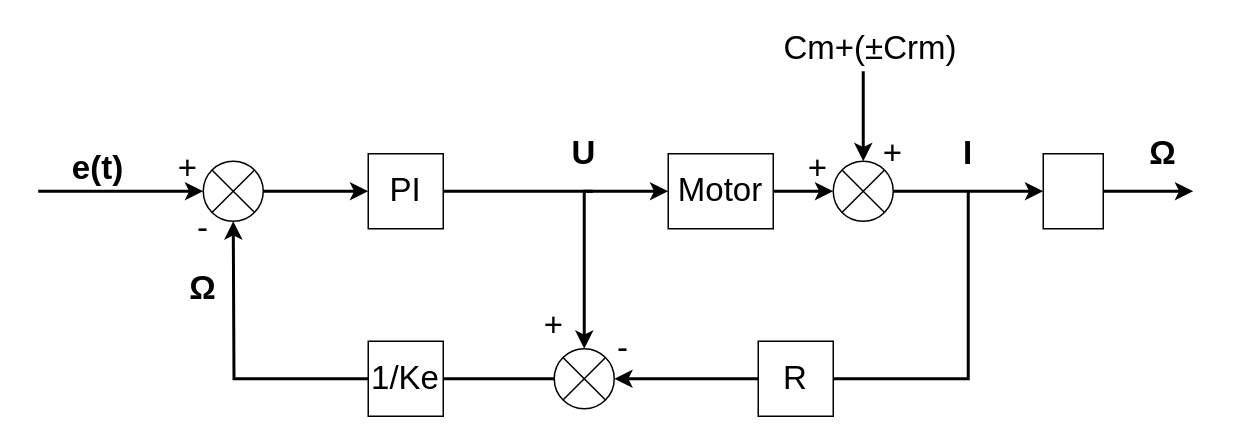
Before: page "Page-5" (5 of 5) of add_annotation.drawio in LonelVino/CDN, a draw.io diagram. Source tidied: cells renumbered, new cells numbered last; positions are measured from the earlier drawing's top-left corner, leaving out a move shared by most shapes. Both pictures are drawn from the tidied source at 150%, with x=0, y=0 at pixel (38, 26).
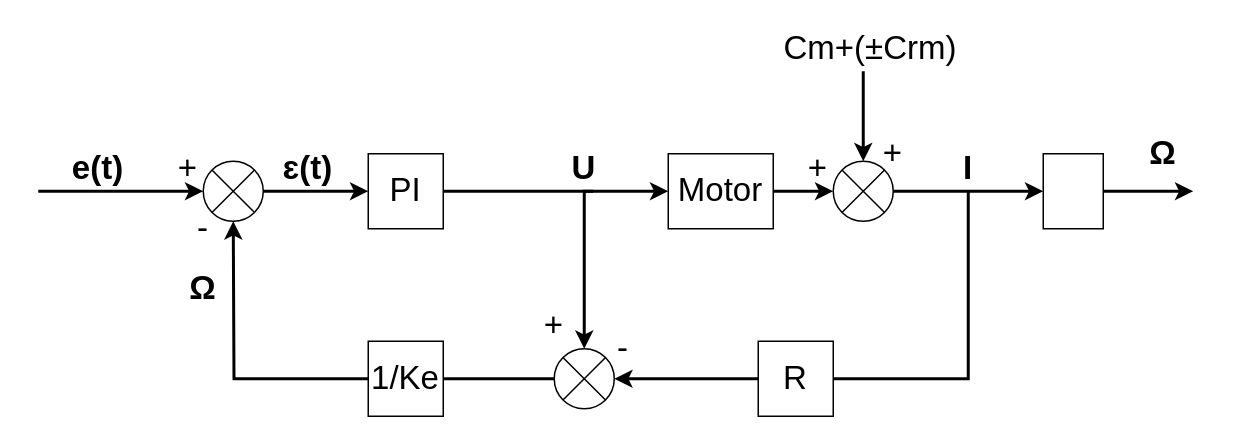
After the change.

What changed in the source:
```diff
@@
     <mxCell id="28" value="&lt;b&gt;U&lt;/b&gt;" style="text;html=1;strokeColor=none;fillColor=none;align=center;verticalAlign=middle;whiteSpace=wrap;rounded=0;fontSize=22;fontColor=#000000;" parent="1" vertex="1">
-      <mxGeometry x="334" y="70" width="60" height="30" as="geometry" />
+      <mxGeometry x="334" y="80" width="60" height="30" as="geometry" />
     </mxCell>
@@
     <mxCell id="31" value="&lt;b&gt;I&lt;/b&gt;" style="text;html=1;strokeColor=none;fillColor=none;align=center;verticalAlign=middle;whiteSpace=wrap;rounded=0;fontSize=22;fontColor=#000000;" parent="1" vertex="1">
-      <mxGeometry x="590" y="70" width="60" height="30" as="geometry" />
+      <mxGeometry x="590" y="80" width="60" height="30" as="geometry" />
     </mxCell>
+    <mxCell id="32" value="&lt;font size=&quot;1&quot;&gt;&lt;b style=&quot;font-size: 22px&quot;&gt;ɛ(t)&lt;/b&gt;&lt;/font&gt;" style="text;html=1;strokeColor=none;fillColor=none;align=center;verticalAlign=middle;whiteSpace=wrap;rounded=0;" parent="1" vertex="1">
+      <mxGeometry x="150" y="80" width="60" height="30" as="geometry" />
+    </mxCell>
```
